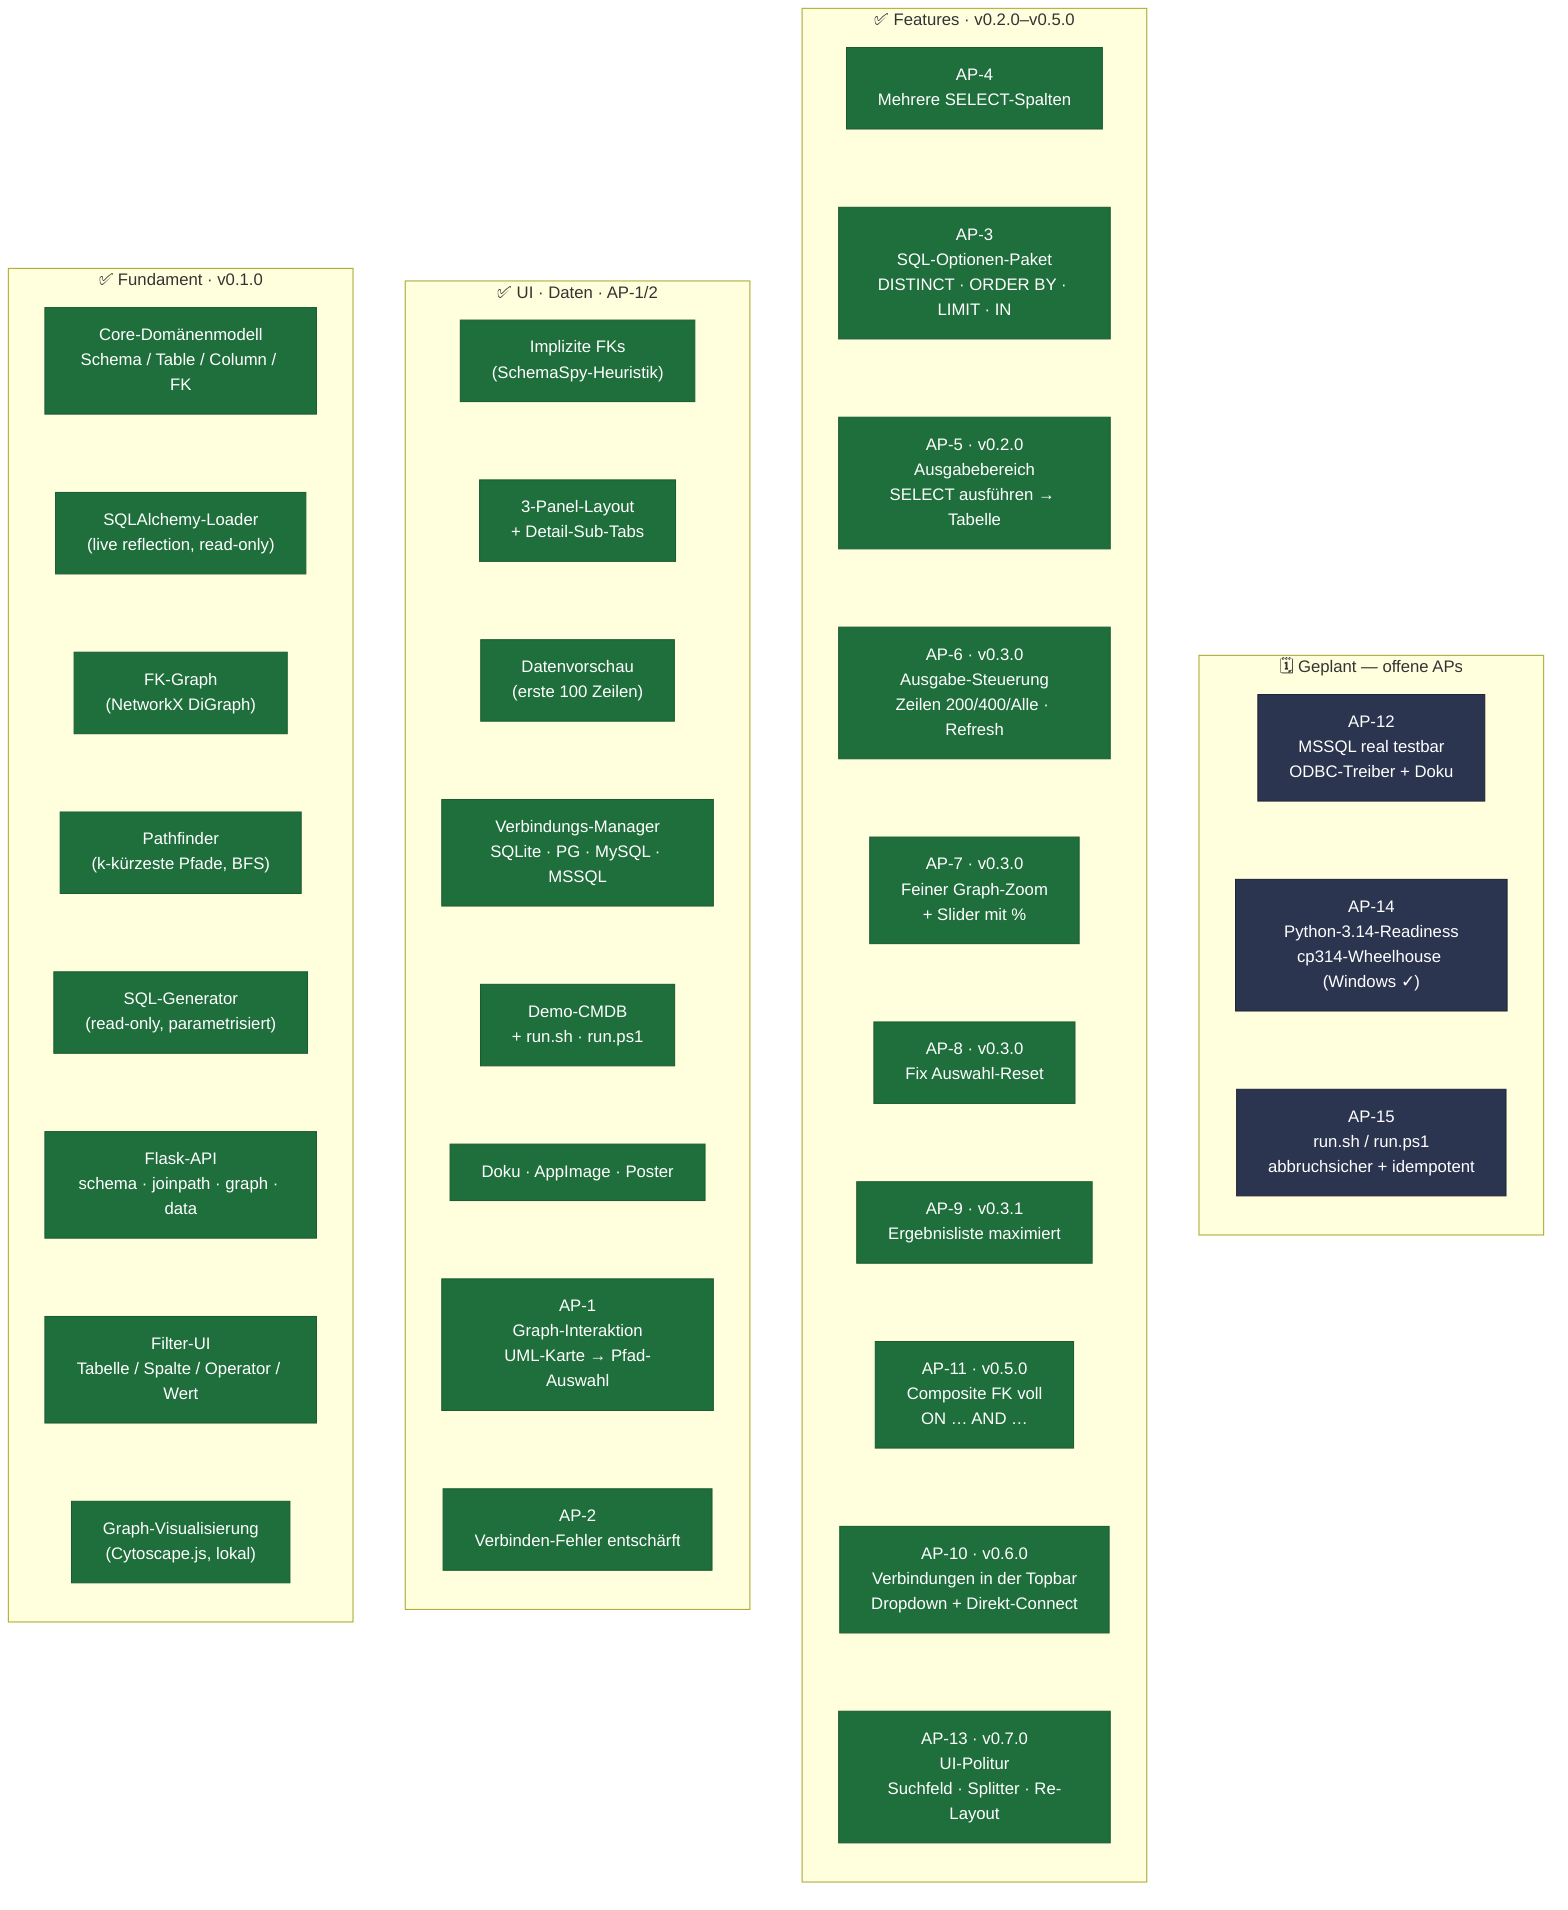
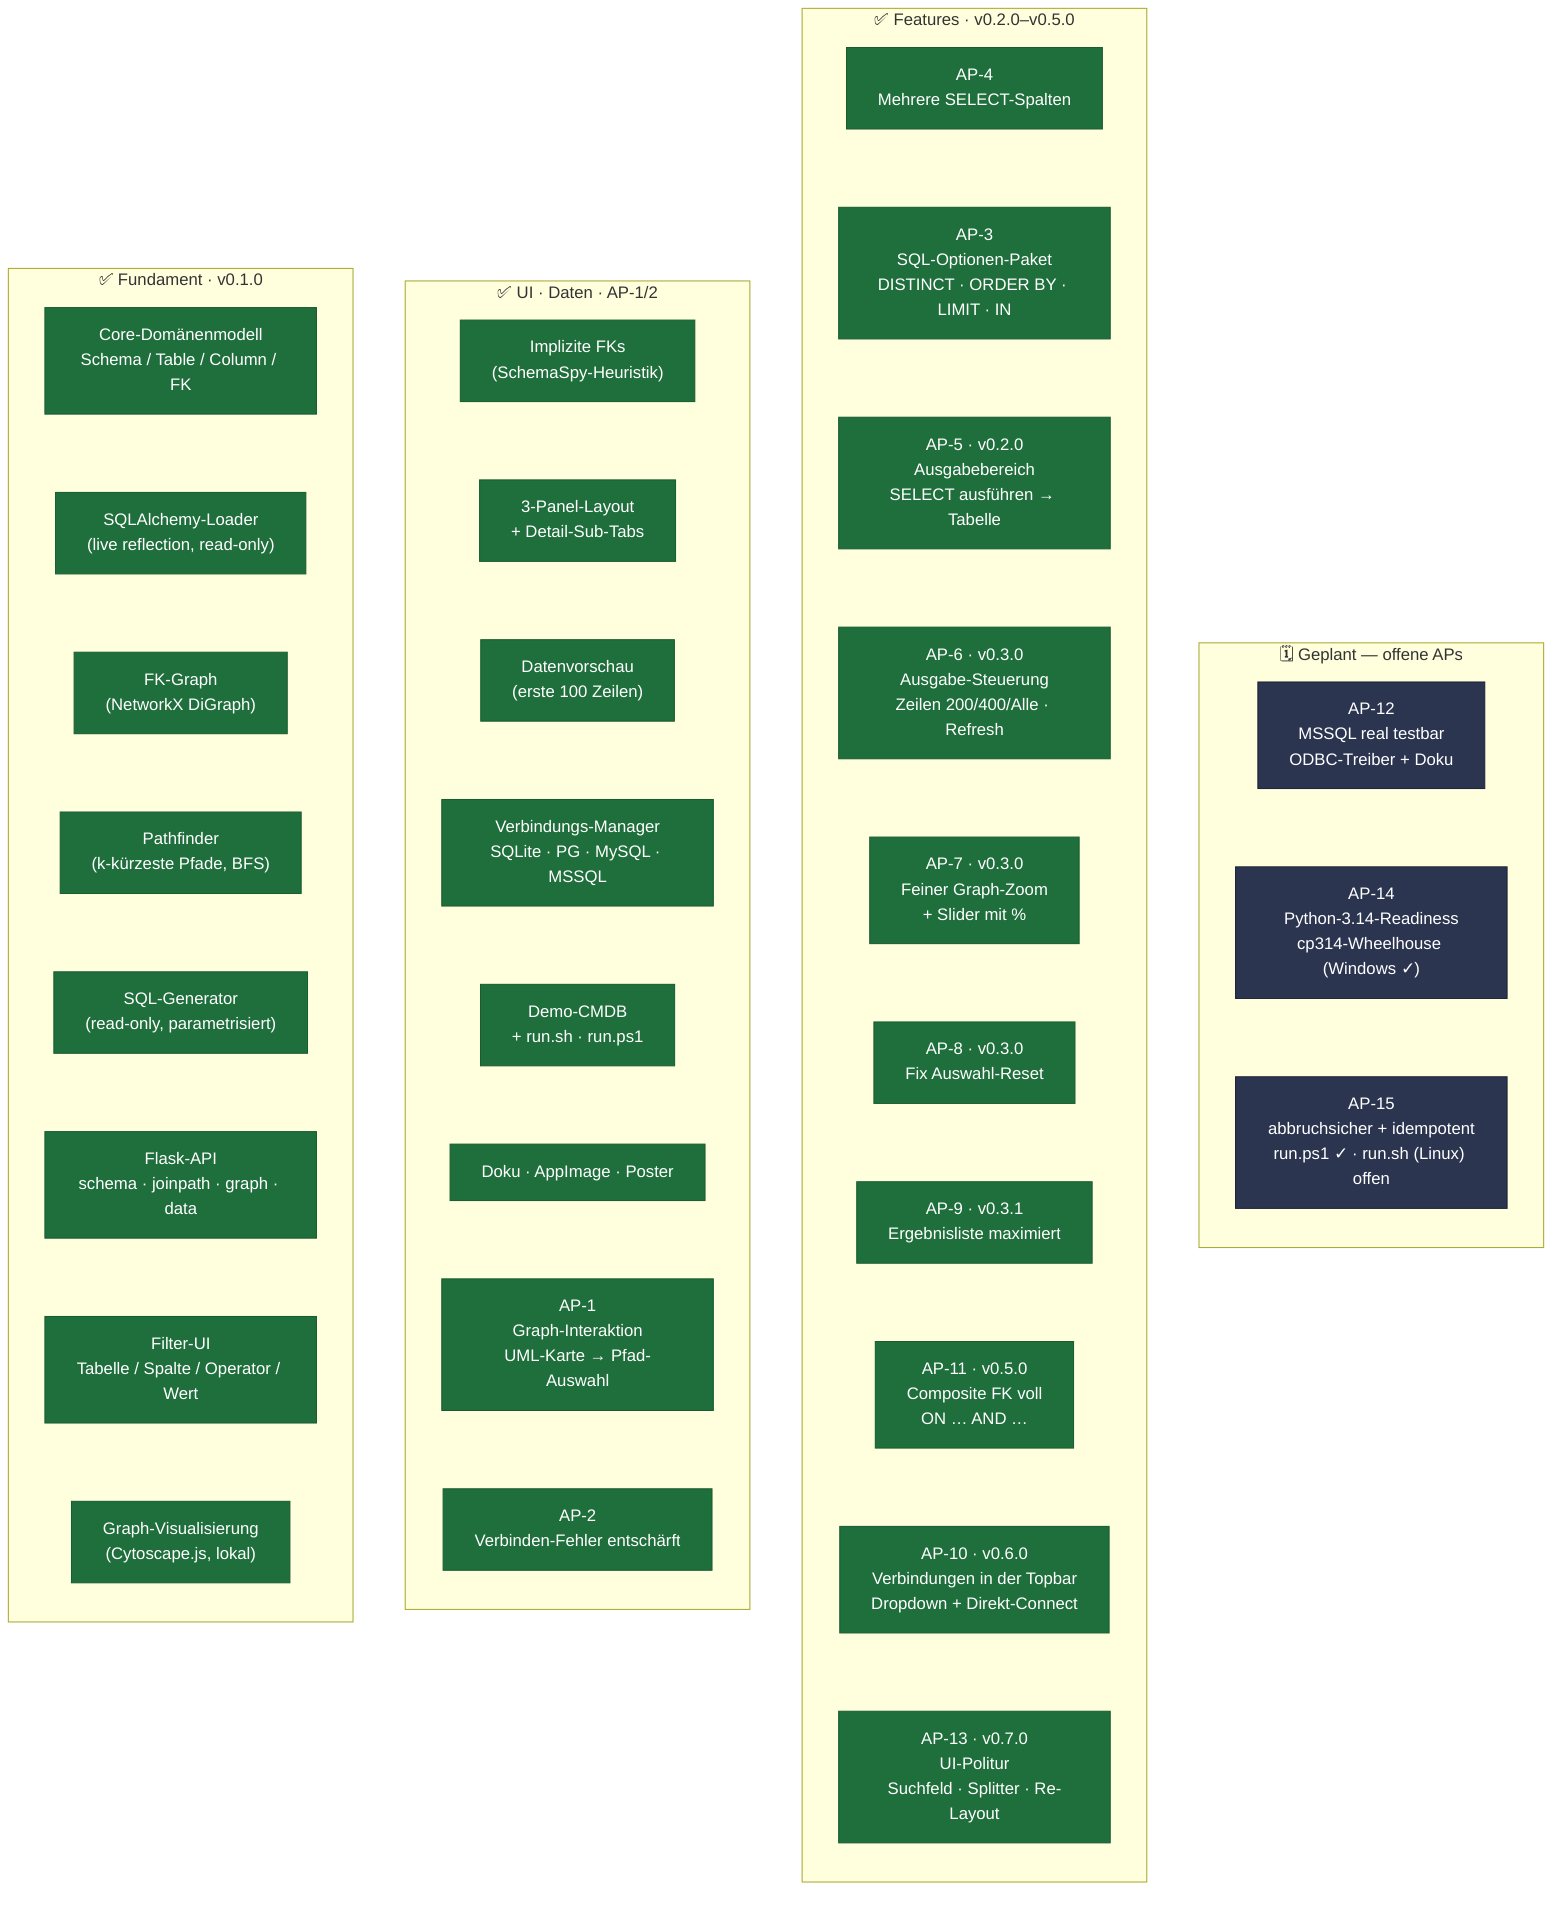
flowchart LR
    classDef done fill:#1f6f3c,color:#fff,stroke:#1a5c32
    classDef wip  fill:#7a5c00,color:#fff,stroke:#5e4600
    classDef plan fill:#2c3550,color:#fff,stroke:#1e2538

    subgraph S1["✅  Fundament · v0.1.0"]
        direction TB
        D1["Core-Domänenmodell\nSchema / Table / Column / FK"]
        D2["SQLAlchemy-Loader\n(live reflection, read-only)"]
        D3["FK-Graph\n(NetworkX DiGraph)"]
        D4["Pathfinder\n(k-kürzeste Pfade, BFS)"]
        D5["SQL-Generator\n(read-only, parametrisiert)"]
        D6["Flask-API\nschema · joinpath · graph · data"]
        D7["Filter-UI\nTabelle / Spalte / Operator / Wert"]
        D8["Graph-Visualisierung\n(Cytoscape.js, lokal)"]
        D1 ~~~ D2 ~~~ D3 ~~~ D4 ~~~ D5 ~~~ D6 ~~~ D7 ~~~ D8
    end

    subgraph S2["✅  UI · Daten · AP-1/2"]
        direction TB
        D9["Implizite FKs\n(SchemaSpy-Heuristik)"]
        D10["3-Panel-Layout\n+ Detail-Sub-Tabs"]
        D11["Datenvorschau\n(erste 100 Zeilen)"]
        D12["Verbindungs-Manager\nSQLite · PG · MySQL · MSSQL"]
        D13["Demo-CMDB\n+ run.sh · run.ps1"]
        D14["Doku · AppImage · Poster"]
        D15["AP-1\nGraph-Interaktion\nUML-Karte → Pfad-Auswahl"]
        D16["AP-2\nVerbinden-Fehler entschärft"]
        D9 ~~~ D10 ~~~ D11 ~~~ D12 ~~~ D13 ~~~ D14 ~~~ D15 ~~~ D16
    end

    subgraph S3["✅  Features · v0.2.0–v0.5.0"]
        direction TB
        D17["AP-4\nMehrere SELECT-Spalten"]
        D18["AP-3\nSQL-Optionen-Paket\nDISTINCT · ORDER BY · LIMIT · IN"]
        D19["AP-5 · v0.2.0\nAusgabebereich\nSELECT ausführen → Tabelle"]
        D20["AP-6 · v0.3.0\nAusgabe-Steuerung\nZeilen 200/400/Alle · Refresh"]
        D21["AP-7 · v0.3.0\nFeiner Graph-Zoom\n+ Slider mit %"]
        D22["AP-8 · v0.3.0\nFix Auswahl-Reset"]
        D23["AP-9 · v0.3.1\nErgebnisliste maximiert"]
        D24["AP-11 · v0.5.0\nComposite FK voll\nON … AND …"]
        D25["AP-10 · v0.6.0\nVerbindungen in der Topbar\nDropdown + Direkt-Connect"]
        D26["AP-13 · v0.7.0\nUI-Politur\nSuchfeld · Splitter · Re-Layout"]
        D17 ~~~ D18 ~~~ D19 ~~~ D20 ~~~ D21 ~~~ D22 ~~~ D23 ~~~ D24 ~~~ D25 ~~~ D26
    end

    subgraph S4["🗓️  Geplant — offene APs"]
        direction TB
        P12["AP-12\nMSSQL real testbar\nODBC-Treiber + Doku"]
        P14["AP-14\nPython-3.14-Readiness\ncp314-Wheelhouse (Windows ✓)"]
-         P15["AP-15\nrun.sh / run.ps1\nabbruchsicher + idempotent"]
+         P15["AP-15\nabbruchsicher + idempotent\nrun.ps1 ✓ · run.sh (Linux) offen"]
        P12 ~~~ P14 ~~~ P15
    end

    %% Subgraphs nebeneinander erzwingen (sonst stapelt dagre sie vertikal)
    S1 ~~~ S2 ~~~ S3 ~~~ S4

    class D1,D2,D3,D4,D5,D6,D7,D8,D9,D10,D11,D12,D13,D14,D15,D16,D17,D18,D19,D20,D21,D22,D23,D24,D25,D26 done
    class P12,P14,P15 plan
